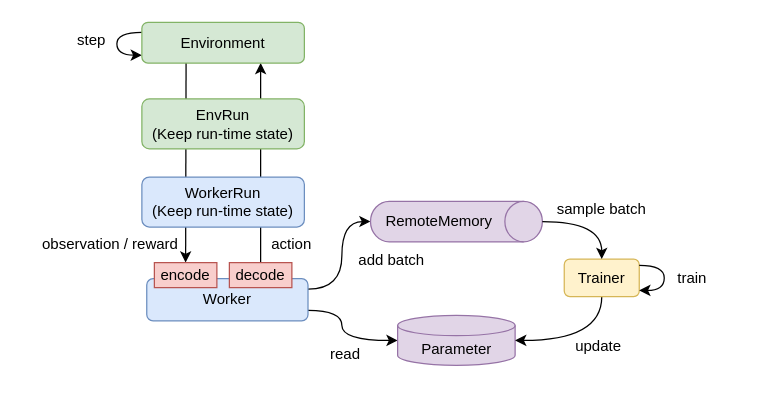
pocokhc/simple_distributed_rl keeps this draw.io diagram as page "sequence" (1 of 4) of diagrams/overview.drawio. Above is the earlier version. Source tidied: cells renumbered, new cells numbered last; positions are measured from the earlier drawing's top-left corner, leaving out a move shared by most shapes. Both pictures are drawn from the tidied source at 125%, with x=0, y=0 at pixel (29, 21).
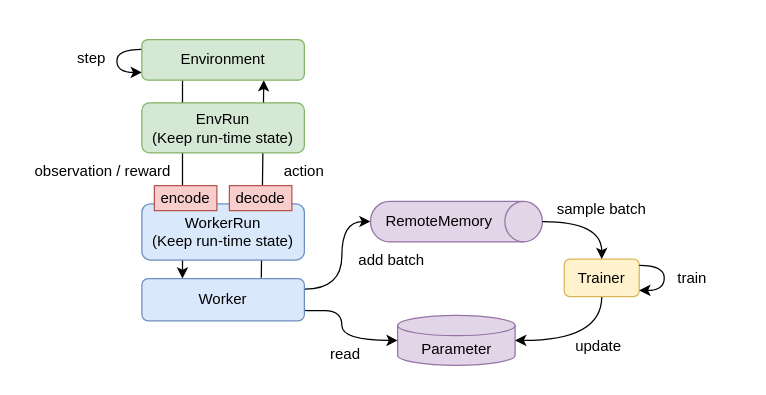
The same page after the edit.

What changed in the source:
```diff
@@
-    <mxCell id="2" style="rounded=0;jettySize=auto;html=1;entryX=0.5;entryY=0;entryDx=0;entryDy=0;exitX=0.272;exitY=0.968;exitDx=0;exitDy=0;exitPerimeter=0;" parent="1" edge="1" source="23" target="28">
+    <mxCell id="2" style="rounded=0;jettySize=auto;html=1;entryX=0.25;entryY=0;entryDx=0;entryDy=0;exitX=0.25;exitY=1;exitDx=0;exitDy=0;" parent="1" edge="1" source="23" target="26">
       <mxGeometry relative="1" as="geometry" />
     </mxCell>
-    <mxCell id="3" style="rounded=0;jettySize=auto;html=1;exitX=0.5;exitY=0;exitDx=0;exitDy=0;" parent="1" edge="1" source="27">
-      <mxGeometry relative="1" as="geometry">
-        <mxPoint x="185" y="32.9" as="targetPoint" />
-      </mxGeometry>
+    <mxCell id="3" style="rounded=0;jettySize=auto;html=1;exitX=0.735;exitY=-0.021;exitDx=0;exitDy=0;exitPerimeter=0;entryX=0.75;entryY=1;entryDx=0;entryDy=0;" parent="1" edge="1" source="26" target="23">
+      <mxGeometry relative="1" as="geometry" />
     </mxCell>
@@
     <mxCell id="8" style="edgeStyle=orthogonalEdgeStyle;rounded=0;orthogonalLoop=1;jettySize=auto;html=1;curved=1;exitX=0;exitY=0;exitDx=0;exitDy=0;" parent="1" edge="1">
       <mxGeometry relative="1" as="geometry">
-        <mxPoint x="90" y="8.3" as="sourcePoint" />
-        <mxPoint x="90" y="26.6" as="targetPoint" />
+        <mxPoint x="90" y="22" as="sourcePoint" />
+        <mxPoint x="90" y="40.4" as="targetPoint" />
         <Array as="points">
-          <mxPoint x="70" y="8.6" />
-          <mxPoint x="70" y="26.6" />
+          <mxPoint x="70" y="22.4" />
+          <mxPoint x="70" y="40.4" />
         </Array>
       </mxGeometry>
     </mxCell>
     <mxCell id="9" value="step" style="text;html=1;strokeColor=none;fillColor=none;align=center;verticalAlign=middle;whiteSpace=wrap;rounded=0;" parent="1" vertex="1">
-      <mxGeometry x="20" y="0.4" width="60" height="30" as="geometry" />
+      <mxGeometry x="20" y="14.1" width="60" height="30" as="geometry" />
     </mxCell>
@@
     <mxCell id="11" value="observation /&amp;nbsp;reward" style="text;html=1;strokeColor=none;fillColor=none;align=center;verticalAlign=middle;whiteSpace=wrap;rounded=0;" parent="1" vertex="1">
-      <mxGeometry y="162.6" width="130" height="30" as="geometry" />
+      <mxGeometry x="-6" y="104.7" width="130" height="30" as="geometry" />
     </mxCell>
     <mxCell id="12" value="action" style="text;html=1;strokeColor=none;fillColor=none;align=center;verticalAlign=middle;whiteSpace=wrap;rounded=0;" parent="1" vertex="1">
-      <mxGeometry x="180" y="162.9" width="60" height="30" as="geometry" />
+      <mxGeometry x="190" y="104.8" width="60" height="30" as="geometry" />
     </mxCell>
@@
     <mxCell id="23" value="Environment" style="rounded=1;whiteSpace=wrap;html=1;fillColor=#d5e8d4;strokeColor=#82b366;" parent="1" vertex="1">
-      <mxGeometry x="90" y="0.4" width="130" height="32.5" as="geometry" />
+      <mxGeometry x="90" y="14.1" width="130" height="32.5" as="geometry" />
     </mxCell>
     <mxCell id="24" value="EnvRun&lt;br&gt;(Keep run-time state)" style="rounded=1;whiteSpace=wrap;html=1;fillColor=#d5e8d4;strokeColor=#82b366;" parent="1" vertex="1">
-      <mxGeometry x="90" y="61.6" width="130" height="40" as="geometry" />
+      <mxGeometry x="90" y="64.8" width="130" height="40" as="geometry" />
     </mxCell>
     <mxCell id="25" value="WorkerRun&lt;br&gt;(Keep run-time state)" style="rounded=1;whiteSpace=wrap;html=1;fillColor=#dae8fc;strokeColor=#6c8ebf;" parent="1" vertex="1">
-      <mxGeometry x="90" y="124.1" width="130" height="40" as="geometry" />
+      <mxGeometry x="90" y="145.5" width="130" height="45" as="geometry" />
     </mxCell>
     <mxCell id="26" value="Worker" style="rounded=1;whiteSpace=wrap;html=1;fillColor=#dae8fc;strokeColor=#6c8ebf;" parent="1" vertex="1">
-      <mxGeometry x="93.9" y="205.4" width="129" height="33.8" as="geometry" />
+      <mxGeometry x="90" y="205.4" width="130" height="33.8" as="geometry" />
     </mxCell>
     <mxCell id="27" value="decode" style="rounded=0;whiteSpace=wrap;html=1;fillColor=#f8cecc;strokeColor=#b85450;" parent="1" vertex="1">
-      <mxGeometry x="160" y="192.6" width="50" height="20" as="geometry" />
+      <mxGeometry x="160" y="131" width="50" height="20" as="geometry" />
     </mxCell>
     <mxCell id="28" value="encode" style="rounded=0;whiteSpace=wrap;html=1;fillColor=#f8cecc;strokeColor=#b85450;" parent="1" vertex="1">
-      <mxGeometry x="100" y="192.6" width="50" height="20" as="geometry" />
+      <mxGeometry x="100" y="131" width="50" height="20" as="geometry" />
     </mxCell>
```
